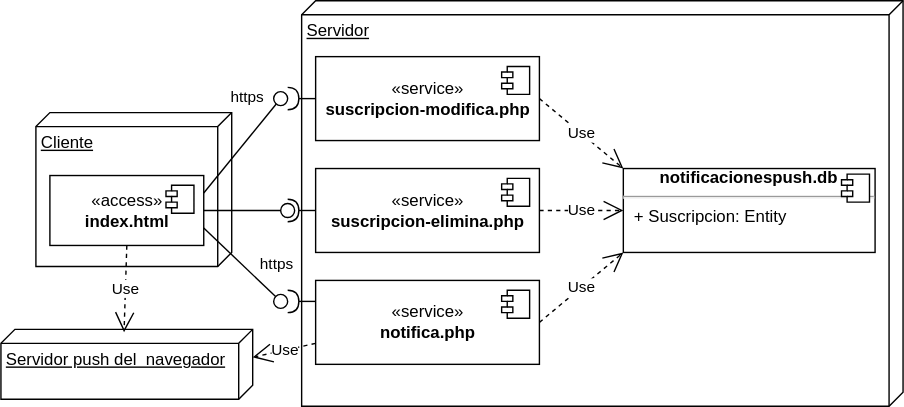
The draw.io diagram docs/img/m10push/pushdistribucion.drawio.svg in gilpgdm/gilpgdm.github.io, before a commit. Source tidied: cells renumbered, new cells last; positions are measured from the earlier drawing's top-left corner, leaving out a move shared by most shapes.
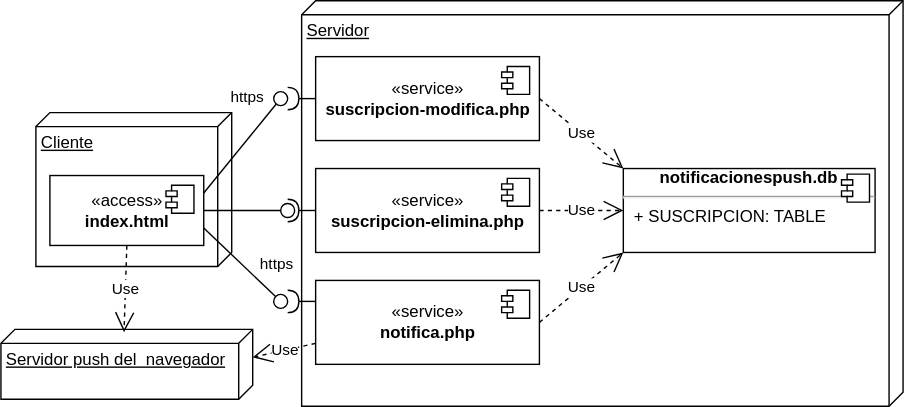
The same file after the commit.

Change to the diagram source:
```diff
@@ -52,7 +52,7 @@
     <mxCell id="15" value="Use" style="endArrow=open;endSize=12;dashed=1;html=1;rounded=0;entryX=0;entryY=1;entryDx=0;entryDy=0;exitX=1;exitY=0.5;exitDx=0;exitDy=0;" parent="1" edge="1" source="8" target="16">
       <mxGeometry relative="1" as="geometry" />
     </mxCell>
-    <mxCell id="16" value="&lt;div style=&quot;text-align: center;&quot;&gt;&lt;b&gt;notificacionespush&lt;/b&gt;&lt;b style=&quot;background-color: initial;&quot;&gt;.db&lt;/b&gt;&lt;/div&gt;&lt;hr&gt;&lt;p style=&quot;margin:0px;margin-left:8px;&quot;&gt;+ Suscripcion: Entity&lt;/p&gt;" style="align=left;overflow=fill;html=1;" parent="1" vertex="1">
+    <mxCell id="16" value="&lt;div style=&quot;text-align: center;&quot;&gt;&lt;b&gt;notificacionespush&lt;/b&gt;&lt;b style=&quot;background-color: initial;&quot;&gt;.db&lt;/b&gt;&lt;/div&gt;&lt;hr&gt;&lt;p style=&quot;margin:0px;margin-left:8px;&quot;&gt;+ SUSCRIPCION: TABLE&lt;/p&gt;" style="align=left;overflow=fill;html=1;" parent="1" vertex="1">
       <mxGeometry x="445" y="120" width="180" height="60" as="geometry" />
     </mxCell>
     <mxCell id="17" style="shape=component;jettyWidth=8;jettyHeight=4;" parent="16" vertex="1">
```
